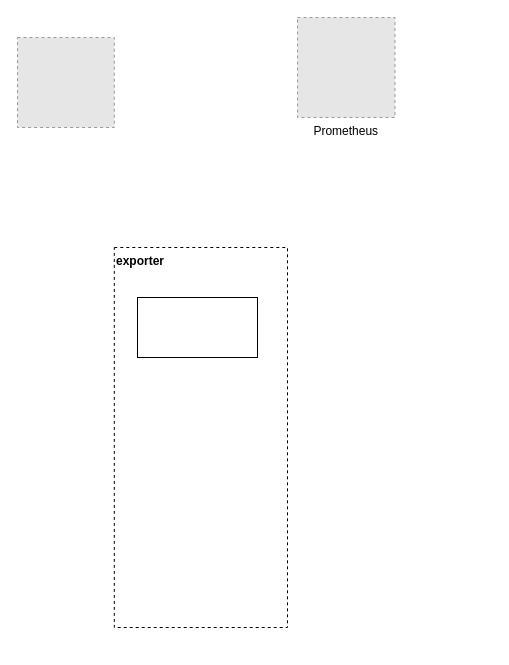
Before: 未命名绘图.drawio in yunets/ml, a draw.io diagram. Source tidied: cells renumbered, new cells numbered last; positions are measured from the earlier drawing's top-left corner, leaving out a move shared by most shapes. Both pictures are drawn from the tidied source at 100%, with x=0, y=0 at pixel (17, 17). Pictures stored in the file or linked from it are replaced by grey dashed boxes.
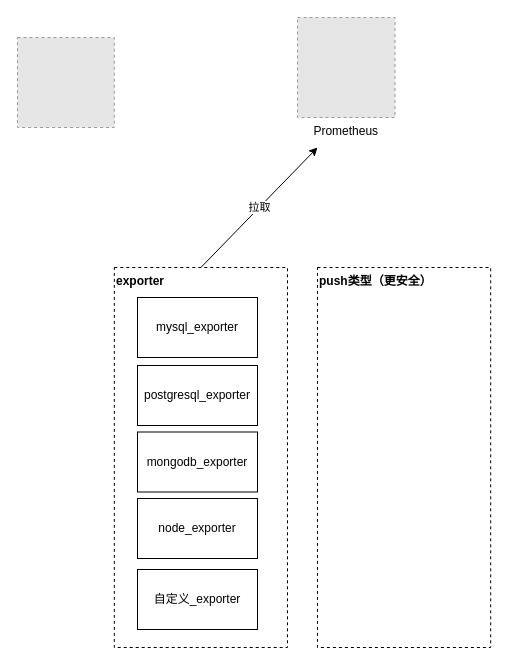
The same diagram, later.

Commit message:
更新未命名绘图.drawio

What changed in the source:
```diff
@@
 <mxGraphModel>
   <root>
     <mxCell id="0" />
     <mxCell id="1" parent="0" />
     <mxCell id="2" style="fillColor=#E6E6E6;strokeColor=#999999;dashed=1;verticalLabelPosition=bottom;labelBackgroundColor=default;verticalAlign=top;" parent="1" vertex="1">
       <mxGeometry y="20" width="96.8" height="90" as="geometry" />
     </mxCell>
     <mxCell id="3" value="Prometheus" style="fillColor=#E6E6E6;strokeColor=#999999;dashed=1;verticalLabelPosition=bottom;labelBackgroundColor=default;verticalAlign=top;" parent="1" vertex="1">
       <mxGeometry x="280" width="97.5" height="100" as="geometry" />
     </mxCell>
+    <mxCell id="6" value="拉取" style="endArrow=classic;html=1;rounded=0;exitX=0.5;exitY=0;exitDx=0;exitDy=0;" parent="1" edge="1" source="4">
+      <mxGeometry relative="1" as="geometry">
+        <mxPoint x="300" y="130" as="targetPoint" />
+      </mxGeometry>
+    </mxCell>
     <mxCell id="4" value="exporter" style="rounded=0;whiteSpace=wrap;html=1;dashed=1;verticalAlign=top;align=left;fontStyle=1;" parent="1" vertex="1">
-      <mxGeometry x="96.8" y="230" width="173.2" height="380" as="geometry" />
+      <mxGeometry x="96.8" y="250" width="173.2" height="380" as="geometry" />
     </mxCell>
-    <mxCell id="5" style="rounded=0;whiteSpace=wrap;html=1;" parent="1" vertex="1">
+    <mxCell id="5" value="mysql_exporter" style="rounded=0;whiteSpace=wrap;html=1;" parent="1" vertex="1">
       <mxGeometry x="120" y="280" width="120" height="60" as="geometry" />
     </mxCell>
+    <mxCell id="7" value="postgresql_exporter" style="rounded=0;whiteSpace=wrap;html=1;" parent="1" vertex="1">
+      <mxGeometry x="120" y="348" width="120" height="60" as="geometry" />
+    </mxCell>
+    <mxCell id="8" value="mongodb_exporter" style="rounded=0;whiteSpace=wrap;html=1;" parent="1" vertex="1">
+      <mxGeometry x="120" y="414.5" width="120" height="60" as="geometry" />
+    </mxCell>
+    <mxCell id="9" value="node_exporter" style="rounded=0;whiteSpace=wrap;html=1;" parent="1" vertex="1">
+      <mxGeometry x="120" y="481" width="120" height="60" as="geometry" />
+    </mxCell>
+    <mxCell id="10" value="自定义_exporter" style="rounded=0;whiteSpace=wrap;html=1;" parent="1" vertex="1">
+      <mxGeometry x="120" y="552" width="120" height="60" as="geometry" />
+    </mxCell>
+    <mxCell id="11" value="push类型（更安全）" style="rounded=0;whiteSpace=wrap;html=1;dashed=1;verticalAlign=top;align=left;fontStyle=1;" parent="1" vertex="1">
+      <mxGeometry x="300" y="250" width="173.2" height="380" as="geometry" />
+    </mxCell>
   </root>
 </mxGraphModel>
```
